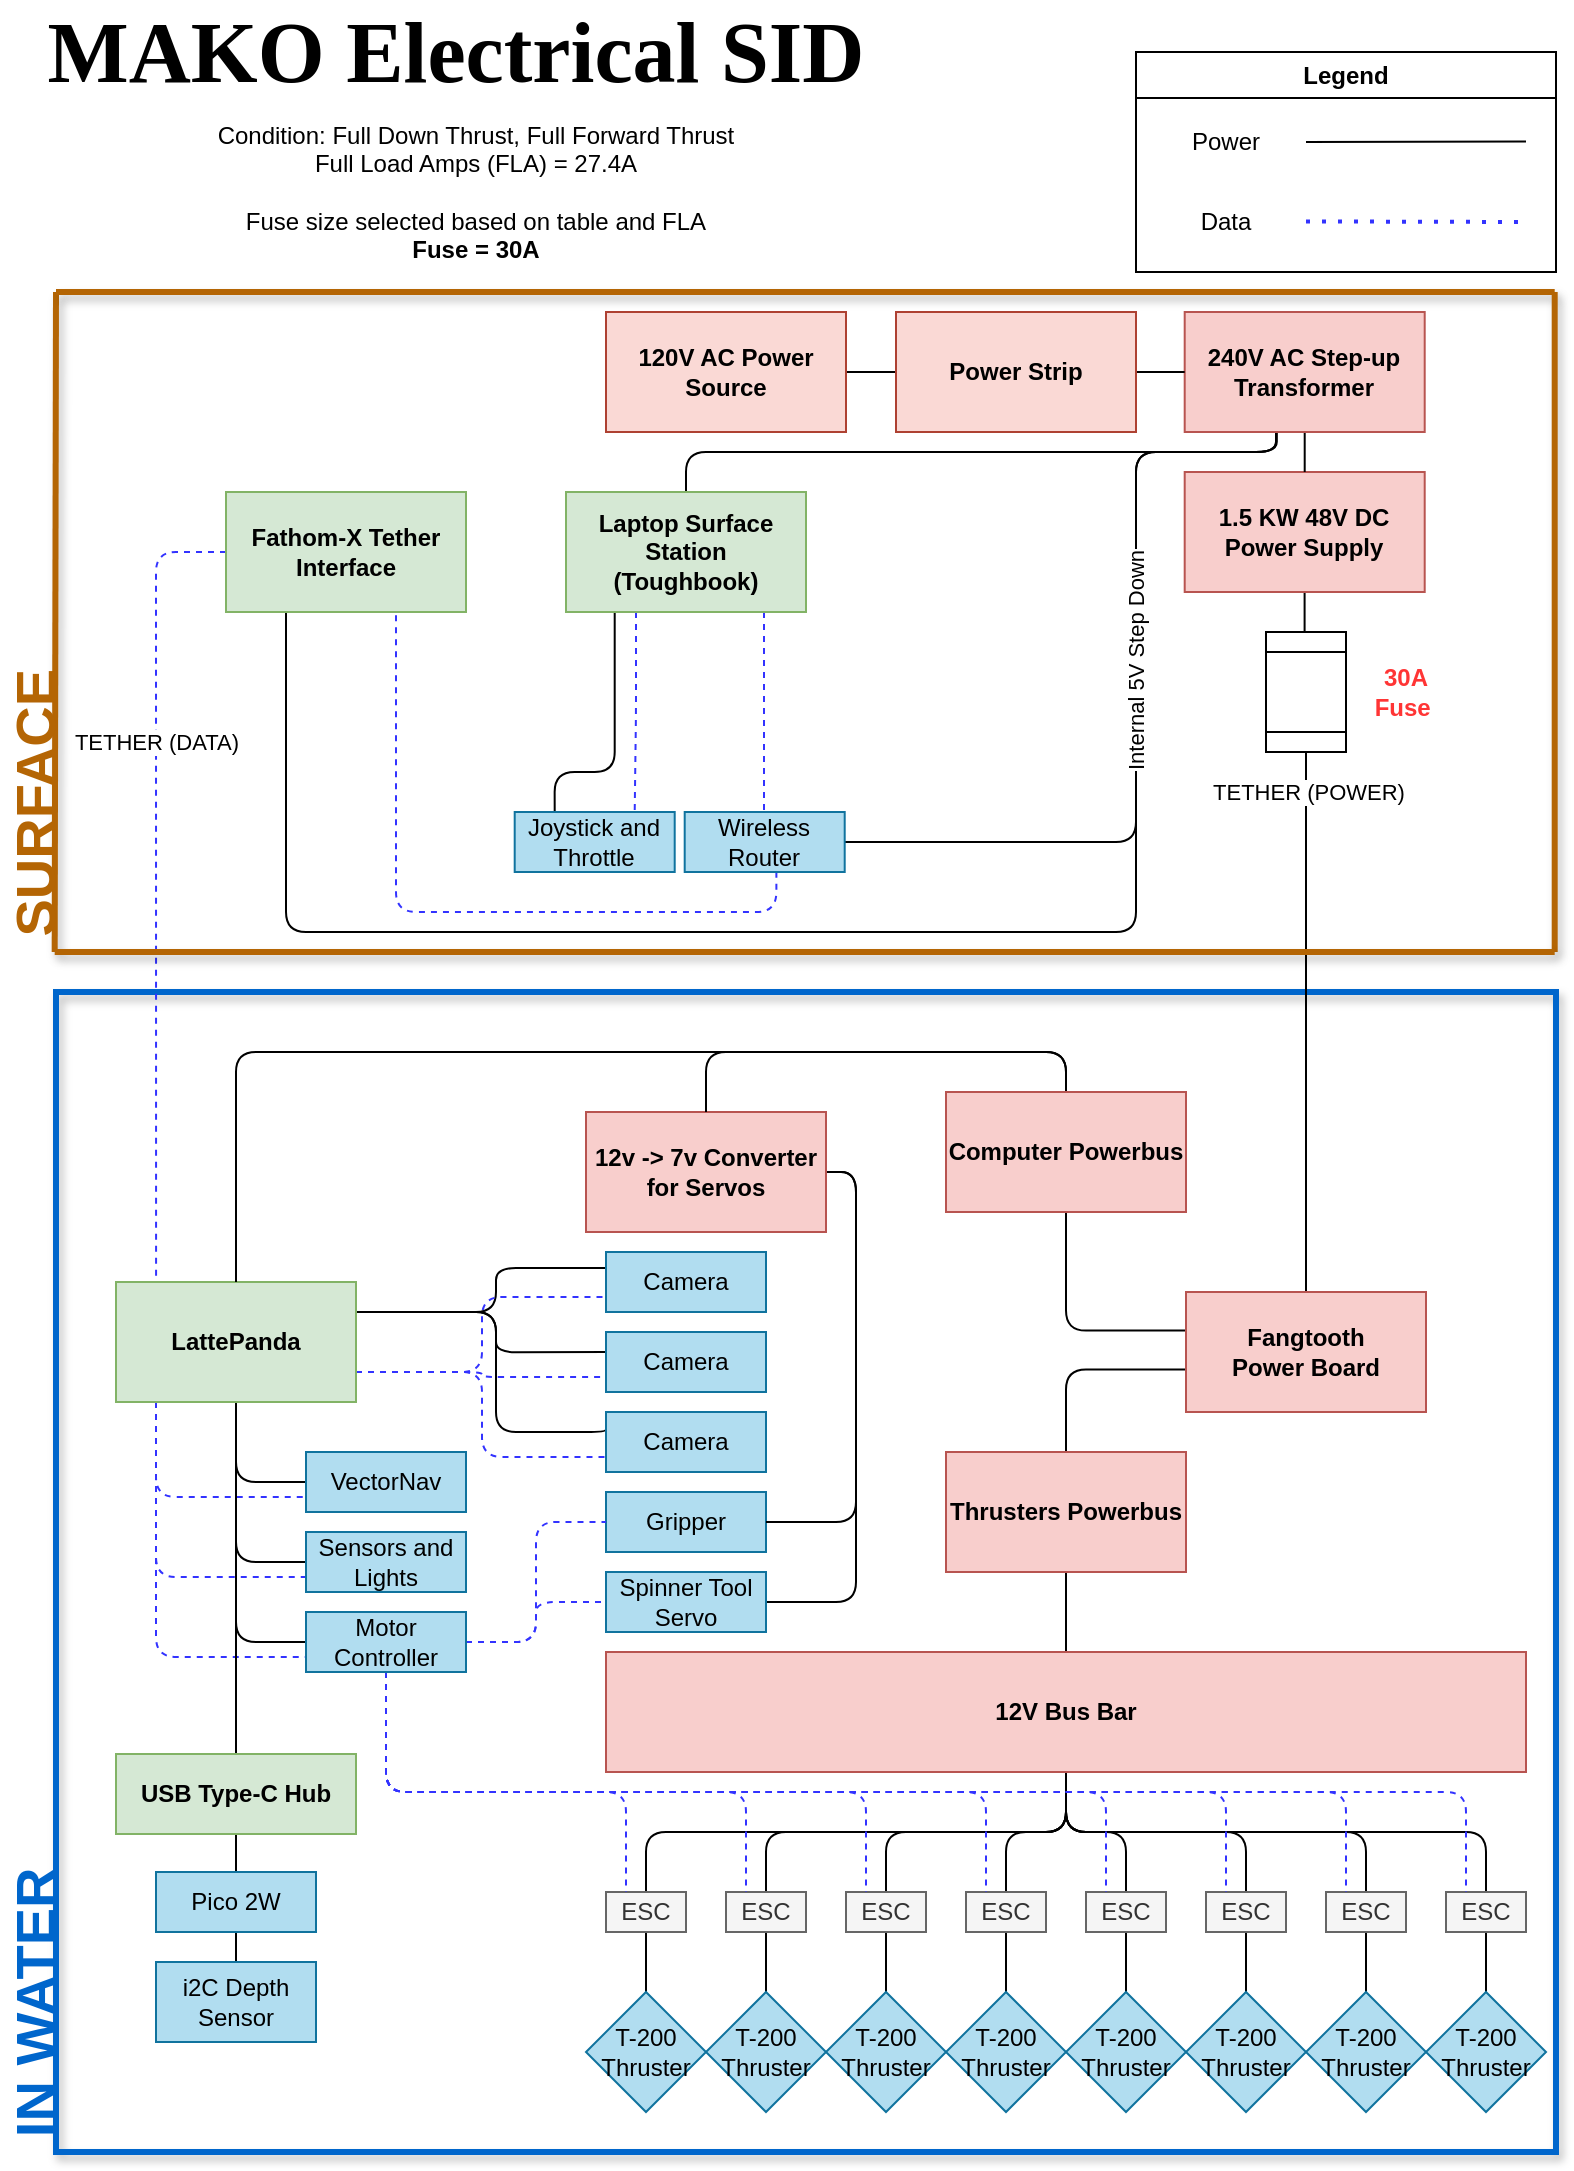
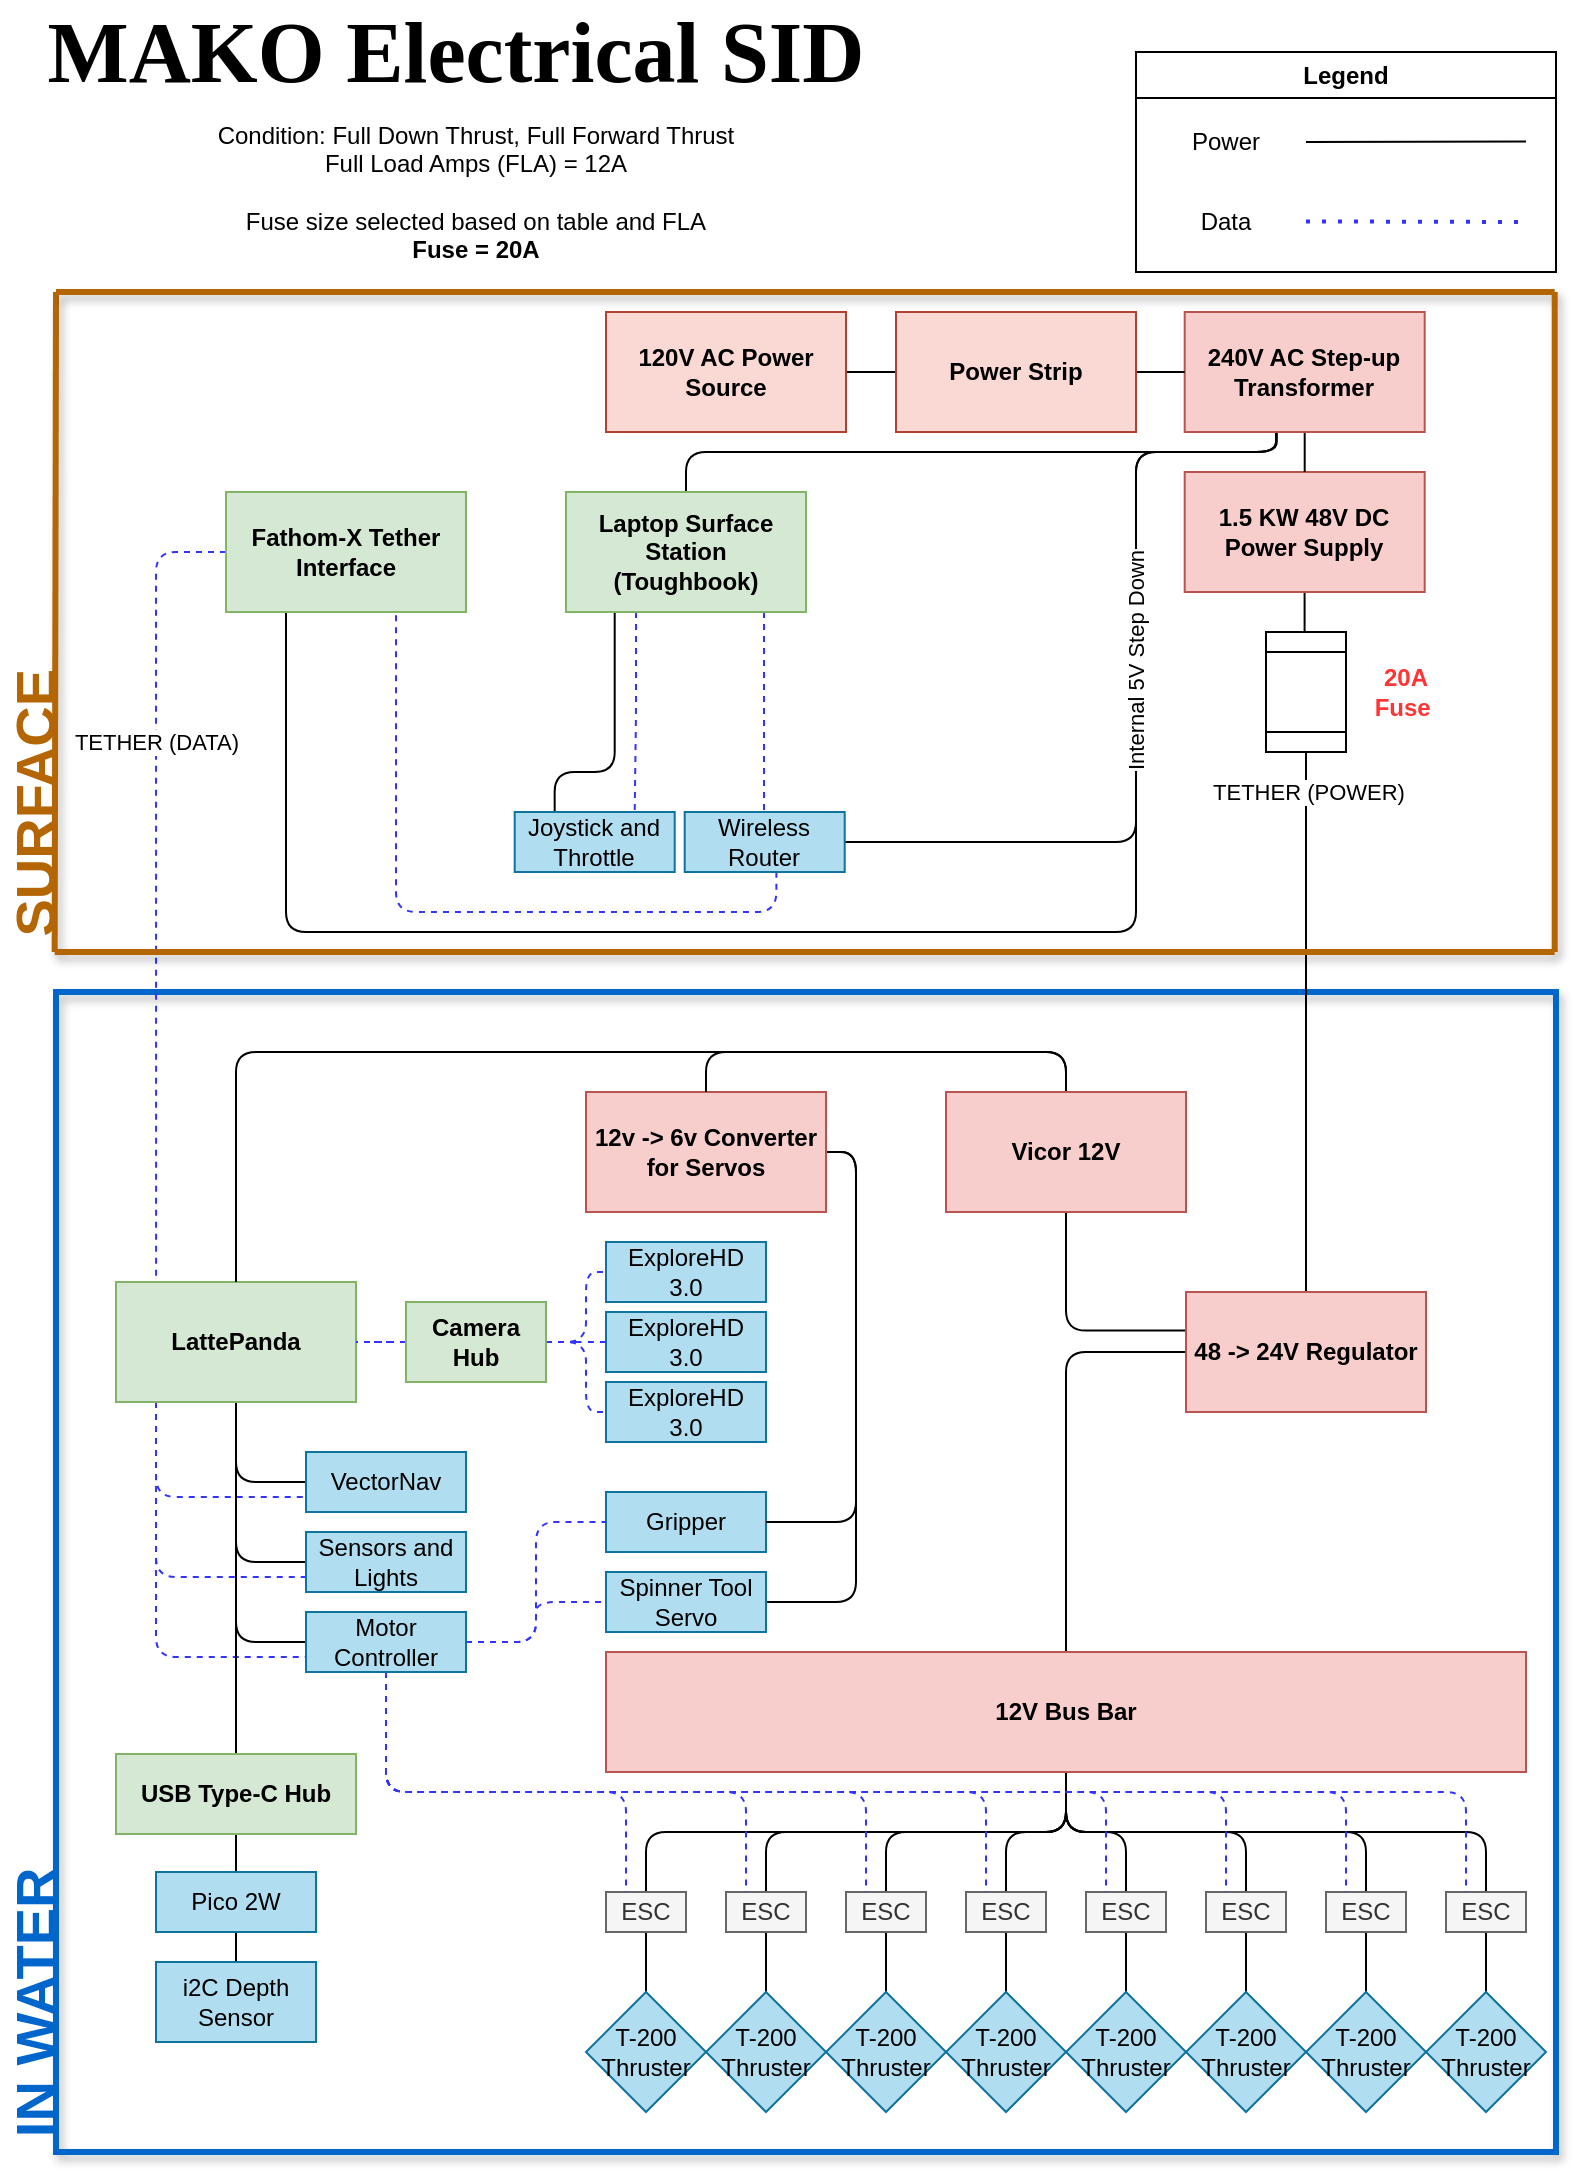
<mxfile host="app.diagrams.net" agent="Mozilla/5.0 (Windows NT 10.0; Win64; x64; rv:139.0) Gecko/20100101 Firefox/139.0">
  <diagram name="Page-1" id="doaNbLGYiiKzRFzNWdXi">
-     <mxGraphModel dx="39" dy="461" grid="1" gridSize="10" guides="1" tooltips="1" connect="1" arrows="1" fold="1" page="1" pageScale="1" pageWidth="850" pageHeight="1100" math="0" shadow="0">
+     <mxGraphModel dx="372" dy="727" grid="1" gridSize="10" guides="1" tooltips="1" connect="1" arrows="1" fold="1" page="1" pageScale="1" pageWidth="850" pageHeight="1100" math="0" shadow="0">
      <root>
        <mxCell id="0" />
        <mxCell id="1" parent="0" />
        <mxCell id="0vSBfI8_46AL9H7hPHAw-18" parent="1" style="rounded=0;whiteSpace=wrap;html=1;fillColor=none;strokeWidth=3;strokeColor=#0066CC;glass=0;shadow=1;" value="" vertex="1">
          <mxGeometry height="580" width="750" x="890" y="500" as="geometry" />
        </mxCell>
        <mxCell id="59XTsty1G1Yx93DkZX_j-1" parent="1" style="text;html=1;whiteSpace=wrap;strokeColor=none;fillColor=none;align=center;verticalAlign=middle;rounded=0;fontFamily=Times New Roman;fontStyle=1" value="&lt;font style=&quot;font-size: 43px;&quot;&gt;&lt;span&gt;MAKO Electrical SID&lt;/span&gt;&lt;/font&gt;" vertex="1">
          <mxGeometry height="40" width="420" x="880" y="10" as="geometry" />
        </mxCell>
        <mxCell id="59XTsty1G1Yx93DkZX_j-24" edge="1" parent="1" style="edgeStyle=orthogonalEdgeStyle;rounded=0;orthogonalLoop=1;jettySize=auto;html=1;exitX=0.5;exitY=1;exitDx=0;exitDy=0;">
          <mxGeometry relative="1" as="geometry">
            <mxPoint x="1435" y="910" as="sourcePoint" />
            <mxPoint x="1435" y="910" as="targetPoint" />
          </mxGeometry>
        </mxCell>
        <mxCell id="59XTsty1G1Yx93DkZX_j-45" parent="1" style="swimlane;whiteSpace=wrap;html=1;" value="Legend" vertex="1">
          <mxGeometry height="110" width="210" x="1430" y="30" as="geometry" />
        </mxCell>
        <mxCell id="59XTsty1G1Yx93DkZX_j-46" parent="59XTsty1G1Yx93DkZX_j-45" style="text;html=1;whiteSpace=wrap;strokeColor=none;fillColor=none;align=center;verticalAlign=middle;rounded=0;" value="Power" vertex="1">
          <mxGeometry height="30" width="60" x="15" y="30" as="geometry" />
        </mxCell>
        <mxCell id="59XTsty1G1Yx93DkZX_j-47" parent="59XTsty1G1Yx93DkZX_j-45" style="text;html=1;whiteSpace=wrap;strokeColor=none;fillColor=none;align=center;verticalAlign=middle;rounded=0;" value="Data" vertex="1">
          <mxGeometry height="30" width="60" x="15" y="70" as="geometry" />
        </mxCell>
        <mxCell id="59XTsty1G1Yx93DkZX_j-53" edge="1" parent="59XTsty1G1Yx93DkZX_j-45" style="endArrow=none;dashed=1;html=1;dashPattern=1 3;strokeWidth=2;strokeColor=#3333FF;" value="">
          <mxGeometry height="50" relative="1" width="50" as="geometry">
            <mxPoint x="85" y="84.72" as="sourcePoint" />
            <mxPoint x="195" y="85" as="targetPoint" />
          </mxGeometry>
        </mxCell>
        <mxCell id="59XTsty1G1Yx93DkZX_j-54" edge="1" parent="59XTsty1G1Yx93DkZX_j-45" style="endArrow=none;html=1;strokeColor=#000000;" value="">
          <mxGeometry height="50" relative="1" width="50" as="geometry">
            <mxPoint x="85" y="45.06" as="sourcePoint" />
            <mxPoint x="195" y="44.78" as="targetPoint" />
          </mxGeometry>
        </mxCell>
        <mxCell id="37D4bjrBw4_Emu08I7YZ-6" edge="1" parent="1" source="59XTsty1G1Yx93DkZX_j-57" style="edgeStyle=orthogonalEdgeStyle;rounded=0;orthogonalLoop=1;jettySize=auto;html=1;endArrow=none;endFill=0;" target="37D4bjrBw4_Emu08I7YZ-5" value="">
          <mxGeometry relative="1" as="geometry" />
        </mxCell>
        <mxCell id="59XTsty1G1Yx93DkZX_j-57" parent="1" style="rounded=0;whiteSpace=wrap;html=1;fillColor=#fad9d5;strokeColor=#ae4132;fontStyle=1" value="120V AC Power Source" vertex="1">
          <mxGeometry height="60" width="120" x="1165" y="160" as="geometry" />
        </mxCell>
        <mxCell id="59XTsty1G1Yx93DkZX_j-71" edge="1" parent="1" source="59XTsty1G1Yx93DkZX_j-66" style="edgeStyle=orthogonalEdgeStyle;orthogonalLoop=1;jettySize=auto;html=1;endArrow=none;endFill=0;" target="59XTsty1G1Yx93DkZX_j-70" value="">
          <mxGeometry relative="1" as="geometry" />
        </mxCell>
        <mxCell id="59XTsty1G1Yx93DkZX_j-66" parent="1" style="rounded=0;whiteSpace=wrap;html=1;fillColor=#f8cecc;strokeColor=#b85450;fontStyle=1" value="&lt;div&gt;1.5 KW 48V DC Power Supply&lt;/div&gt;" vertex="1">
          <mxGeometry height="60" width="120" x="1454.35" y="240" as="geometry" />
        </mxCell>
        <mxCell id="59XTsty1G1Yx93DkZX_j-81" edge="1" parent="1" source="59XTsty1G1Yx93DkZX_j-70" style="edgeStyle=orthogonalEdgeStyle;orthogonalLoop=1;jettySize=auto;html=1;entryX=0.5;entryY=0;entryDx=0;entryDy=0;endArrow=none;endFill=0;" target="59XTsty1G1Yx93DkZX_j-101" value="">
          <mxGeometry relative="1" as="geometry">
            <mxPoint x="1515" y="470" as="targetPoint" />
          </mxGeometry>
        </mxCell>
        <mxCell id="59XTsty1G1Yx93DkZX_j-99" connectable="0" parent="59XTsty1G1Yx93DkZX_j-81" style="edgeLabel;html=1;align=center;verticalAlign=middle;resizable=0;points=[];" value="TETHER (POWER)" vertex="1">
          <mxGeometry relative="1" x="-0.062" y="-1" as="geometry">
            <mxPoint x="2" y="-107" as="offset" />
          </mxGeometry>
        </mxCell>
        <mxCell id="59XTsty1G1Yx93DkZX_j-70" parent="1" style="shape=process;whiteSpace=wrap;html=1;backgroundOutline=1;rounded=0;direction=south;size=0.16666666666666666;" value="" vertex="1">
          <mxGeometry height="60" width="40" x="1495" y="320" as="geometry" />
        </mxCell>
-         <mxCell id="59XTsty1G1Yx93DkZX_j-83" parent="1" style="text;html=1;whiteSpace=wrap;strokeColor=none;fillColor=none;align=center;verticalAlign=middle;rounded=0;" value="&lt;div&gt;Condition: Full Down Thrust, Full Forward Thrust&lt;/div&gt;&lt;div&gt;Full Load Amps (FLA) = 27.4A&lt;/div&gt;&lt;div&gt;&lt;br&gt;&lt;/div&gt;&lt;div&gt;Fuse size selected based on table and FLA&lt;/div&gt;&lt;div&gt;&lt;b&gt;Fuse = 30A&lt;/b&gt;&lt;/div&gt;" vertex="1">
+         <mxCell id="59XTsty1G1Yx93DkZX_j-83" parent="1" style="text;html=1;whiteSpace=wrap;strokeColor=none;fillColor=none;align=center;verticalAlign=middle;rounded=0;" value="&lt;div&gt;Condition: Full Down Thrust, Full Forward Thrust&lt;/div&gt;&lt;div&gt;Full Load Amps (FLA) = 12A&lt;/div&gt;&lt;div&gt;&lt;br&gt;&lt;/div&gt;&lt;div&gt;Fuse size selected based on table and FLA&lt;/div&gt;&lt;div&gt;&lt;b&gt;Fuse = 20A&lt;/b&gt;&lt;/div&gt;" vertex="1">
          <mxGeometry height="80" width="410" x="894.9999999999999" y="60" as="geometry" />
        </mxCell>
        <mxCell id="59XTsty1G1Yx93DkZX_j-205" edge="1" parent="1" source="59XTsty1G1Yx93DkZX_j-101" style="edgeStyle=orthogonalEdgeStyle;orthogonalLoop=1;jettySize=auto;html=1;entryX=0.5;entryY=1;entryDx=0;entryDy=0;exitX=-0.004;exitY=0.321;exitDx=0;exitDy=0;exitPerimeter=0;endArrow=none;endFill=0;" target="59XTsty1G1Yx93DkZX_j-180">
          <mxGeometry relative="1" as="geometry" />
        </mxCell>
-         <mxCell id="59XTsty1G1Yx93DkZX_j-206" edge="1" parent="1" source="59XTsty1G1Yx93DkZX_j-101" style="edgeStyle=orthogonalEdgeStyle;orthogonalLoop=1;jettySize=auto;html=1;exitX=0.001;exitY=0.645;exitDx=0;exitDy=0;exitPerimeter=0;endArrow=none;endFill=0;" target="59XTsty1G1Yx93DkZX_j-102">
-           <mxGeometry relative="1" as="geometry" />
-         </mxCell>
-         <mxCell id="59XTsty1G1Yx93DkZX_j-101" parent="1" style="rounded=0;whiteSpace=wrap;html=1;fillColor=#f8cecc;strokeColor=#b85450;fontStyle=1" value="&lt;div&gt;Fangtooth&lt;/div&gt;&lt;div&gt;Power Board&lt;/div&gt;" vertex="1">
+         <mxCell id="_A7pCzdjQUsaNXFOYSQv-8" edge="1" parent="1" source="59XTsty1G1Yx93DkZX_j-101" style="edgeStyle=orthogonalEdgeStyle;rounded=1;orthogonalLoop=1;jettySize=auto;html=1;entryX=0.5;entryY=0;entryDx=0;entryDy=0;strokeColor=default;endArrow=none;endFill=0;curved=0;" target="59XTsty1G1Yx93DkZX_j-108">
+           <mxGeometry relative="1" as="geometry">
+             <Array as="points">
+               <mxPoint x="1395" y="680" />
+             </Array>
+           </mxGeometry>
+         </mxCell>
+         <mxCell id="59XTsty1G1Yx93DkZX_j-101" parent="1" style="rounded=0;whiteSpace=wrap;html=1;fillColor=#f8cecc;strokeColor=#b85450;fontStyle=1" value="48 -&amp;gt; 24V Regulator" vertex="1">
          <mxGeometry height="60" width="120" x="1455" y="650" as="geometry" />
-         </mxCell>
-         <mxCell id="59XTsty1G1Yx93DkZX_j-113" edge="1" parent="1" source="59XTsty1G1Yx93DkZX_j-102" style="edgeStyle=orthogonalEdgeStyle;orthogonalLoop=1;jettySize=auto;html=1;entryX=0.5;entryY=0;entryDx=0;entryDy=0;endArrow=none;endFill=0;" target="59XTsty1G1Yx93DkZX_j-108">
-           <mxGeometry relative="1" as="geometry" />
-         </mxCell>
-         <mxCell id="59XTsty1G1Yx93DkZX_j-102" parent="1" style="rounded=0;whiteSpace=wrap;html=1;fillColor=#f8cecc;strokeColor=#b85450;fontStyle=1" value="Thrusters Powerbus" vertex="1">
-           <mxGeometry height="60" width="120" x="1335" y="730" as="geometry" />
        </mxCell>
        <mxCell id="59XTsty1G1Yx93DkZX_j-135" edge="1" parent="1" source="59XTsty1G1Yx93DkZX_j-108" style="edgeStyle=orthogonalEdgeStyle;orthogonalLoop=1;jettySize=auto;html=1;entryX=0.5;entryY=0;entryDx=0;entryDy=0;endArrow=none;endFill=0;" target="59XTsty1G1Yx93DkZX_j-116">
          <mxGeometry relative="1" as="geometry" />
        </mxCell>
        <mxCell id="59XTsty1G1Yx93DkZX_j-137" edge="1" parent="1" source="59XTsty1G1Yx93DkZX_j-108" style="edgeStyle=orthogonalEdgeStyle;orthogonalLoop=1;jettySize=auto;html=1;entryX=0.5;entryY=0;entryDx=0;entryDy=0;endArrow=none;endFill=0;" target="59XTsty1G1Yx93DkZX_j-120">
          <mxGeometry relative="1" as="geometry" />
        </mxCell>
        <mxCell id="59XTsty1G1Yx93DkZX_j-138" edge="1" parent="1" source="59XTsty1G1Yx93DkZX_j-108" style="edgeStyle=orthogonalEdgeStyle;orthogonalLoop=1;jettySize=auto;html=1;entryX=0.5;entryY=0;entryDx=0;entryDy=0;endArrow=none;endFill=0;" target="59XTsty1G1Yx93DkZX_j-117">
          <mxGeometry relative="1" as="geometry" />
        </mxCell>
        <mxCell id="59XTsty1G1Yx93DkZX_j-139" edge="1" parent="1" source="59XTsty1G1Yx93DkZX_j-108" style="edgeStyle=orthogonalEdgeStyle;orthogonalLoop=1;jettySize=auto;html=1;entryX=0.5;entryY=0;entryDx=0;entryDy=0;endArrow=none;endFill=0;" target="59XTsty1G1Yx93DkZX_j-118">
          <mxGeometry relative="1" as="geometry" />
        </mxCell>
        <mxCell id="59XTsty1G1Yx93DkZX_j-140" edge="1" parent="1" source="59XTsty1G1Yx93DkZX_j-108" style="edgeStyle=orthogonalEdgeStyle;orthogonalLoop=1;jettySize=auto;html=1;entryX=0.5;entryY=0;entryDx=0;entryDy=0;endArrow=none;endFill=0;" target="59XTsty1G1Yx93DkZX_j-121">
          <mxGeometry relative="1" as="geometry" />
        </mxCell>
        <mxCell id="59XTsty1G1Yx93DkZX_j-141" edge="1" parent="1" source="59XTsty1G1Yx93DkZX_j-108" style="edgeStyle=orthogonalEdgeStyle;orthogonalLoop=1;jettySize=auto;html=1;entryX=0.5;entryY=0;entryDx=0;entryDy=0;endArrow=none;endFill=0;" target="59XTsty1G1Yx93DkZX_j-122">
          <mxGeometry relative="1" as="geometry" />
        </mxCell>
        <mxCell id="59XTsty1G1Yx93DkZX_j-142" edge="1" parent="1" source="59XTsty1G1Yx93DkZX_j-108" style="edgeStyle=orthogonalEdgeStyle;orthogonalLoop=1;jettySize=auto;html=1;entryX=0.5;entryY=0;entryDx=0;entryDy=0;endArrow=none;endFill=0;" target="59XTsty1G1Yx93DkZX_j-123">
          <mxGeometry relative="1" as="geometry" />
        </mxCell>
        <mxCell id="59XTsty1G1Yx93DkZX_j-143" edge="1" parent="1" source="59XTsty1G1Yx93DkZX_j-108" style="edgeStyle=orthogonalEdgeStyle;orthogonalLoop=1;jettySize=auto;html=1;endArrow=none;endFill=0;" target="59XTsty1G1Yx93DkZX_j-124">
          <mxGeometry relative="1" as="geometry" />
        </mxCell>
        <mxCell id="59XTsty1G1Yx93DkZX_j-108" parent="1" style="rounded=0;whiteSpace=wrap;html=1;fillColor=#f8cecc;strokeColor=#b85450;fontStyle=0" value="&lt;b&gt;&lt;span&gt;12V Bus Bar&lt;/span&gt;&lt;/b&gt;" vertex="1">
          <mxGeometry height="60" width="460" x="1165" y="830" as="geometry" />
        </mxCell>
        <mxCell id="37D4bjrBw4_Emu08I7YZ-10" edge="1" parent="1" source="59XTsty1G1Yx93DkZX_j-111" style="edgeStyle=orthogonalEdgeStyle;rounded=1;orthogonalLoop=1;jettySize=auto;html=1;entryX=0;entryY=0.75;entryDx=0;entryDy=0;endArrow=none;endFill=0;strokeColor=#3333FF;curved=0;dashed=1;" target="59XTsty1G1Yx93DkZX_j-164">
          <mxGeometry relative="1" as="geometry">
            <Array as="points">
              <mxPoint x="940" y="753" />
            </Array>
          </mxGeometry>
        </mxCell>
        <mxCell id="37D4bjrBw4_Emu08I7YZ-12" edge="1" parent="1" source="59XTsty1G1Yx93DkZX_j-111" style="edgeStyle=orthogonalEdgeStyle;rounded=1;orthogonalLoop=1;jettySize=auto;html=1;entryX=0;entryY=0.5;entryDx=0;entryDy=0;endArrow=none;endFill=0;curved=0;" target="59XTsty1G1Yx93DkZX_j-164">
          <mxGeometry relative="1" as="geometry" />
        </mxCell>
        <mxCell id="37D4bjrBw4_Emu08I7YZ-13" edge="1" parent="1" source="59XTsty1G1Yx93DkZX_j-111" style="edgeStyle=orthogonalEdgeStyle;rounded=1;orthogonalLoop=1;jettySize=auto;html=1;entryX=0;entryY=0.5;entryDx=0;entryDy=0;endArrow=none;endFill=0;curved=0;" target="59XTsty1G1Yx93DkZX_j-165">
          <mxGeometry relative="1" as="geometry" />
        </mxCell>
        <mxCell id="37D4bjrBw4_Emu08I7YZ-14" edge="1" parent="1" source="59XTsty1G1Yx93DkZX_j-111" style="edgeStyle=orthogonalEdgeStyle;rounded=1;orthogonalLoop=1;jettySize=auto;html=1;entryX=0;entryY=0.5;entryDx=0;entryDy=0;endArrow=none;endFill=0;curved=0;" target="59XTsty1G1Yx93DkZX_j-231">
          <mxGeometry relative="1" as="geometry" />
        </mxCell>
        <mxCell id="37D4bjrBw4_Emu08I7YZ-15" edge="1" parent="1" source="59XTsty1G1Yx93DkZX_j-111" style="edgeStyle=orthogonalEdgeStyle;rounded=1;orthogonalLoop=1;jettySize=auto;html=1;entryX=0;entryY=0.75;entryDx=0;entryDy=0;curved=0;endArrow=none;endFill=0;dashed=1;strokeColor=#3333FF;" target="59XTsty1G1Yx93DkZX_j-165">
          <mxGeometry relative="1" as="geometry">
            <Array as="points">
              <mxPoint x="940" y="793" />
            </Array>
          </mxGeometry>
        </mxCell>
        <mxCell id="37D4bjrBw4_Emu08I7YZ-16" edge="1" parent="1" source="59XTsty1G1Yx93DkZX_j-111" style="edgeStyle=orthogonalEdgeStyle;rounded=1;orthogonalLoop=1;jettySize=auto;html=1;entryX=0;entryY=0.75;entryDx=0;entryDy=0;dashed=1;strokeColor=#3333FF;curved=0;endArrow=none;endFill=0;" target="59XTsty1G1Yx93DkZX_j-231">
          <mxGeometry relative="1" as="geometry">
            <Array as="points">
              <mxPoint x="940" y="833" />
            </Array>
          </mxGeometry>
        </mxCell>
-         <mxCell id="37D4bjrBw4_Emu08I7YZ-25" edge="1" parent="1" source="59XTsty1G1Yx93DkZX_j-111" style="edgeStyle=orthogonalEdgeStyle;rounded=1;orthogonalLoop=1;jettySize=auto;html=1;entryX=0;entryY=0.25;entryDx=0;entryDy=0;endArrow=none;endFill=0;curved=0;" target="37D4bjrBw4_Emu08I7YZ-23">
-           <mxGeometry relative="1" as="geometry">
-             <Array as="points">
-               <mxPoint x="1110" y="660" />
-               <mxPoint x="1110" y="638" />
-               <mxPoint x="1165" y="638" />
-             </Array>
-           </mxGeometry>
-         </mxCell>
-         <mxCell id="37D4bjrBw4_Emu08I7YZ-27" edge="1" parent="1" source="59XTsty1G1Yx93DkZX_j-111" style="edgeStyle=orthogonalEdgeStyle;rounded=1;orthogonalLoop=1;jettySize=auto;html=1;entryX=0;entryY=0.25;entryDx=0;entryDy=0;endArrow=none;endFill=0;curved=0;" target="37D4bjrBw4_Emu08I7YZ-24">
-           <mxGeometry relative="1" as="geometry">
-             <Array as="points">
-               <mxPoint x="1110" y="660" />
-               <mxPoint x="1110" y="720" />
-               <mxPoint x="1165" y="720" />
-             </Array>
-           </mxGeometry>
-         </mxCell>
-         <mxCell id="37D4bjrBw4_Emu08I7YZ-28" edge="1" parent="1" source="59XTsty1G1Yx93DkZX_j-111" style="edgeStyle=orthogonalEdgeStyle;rounded=1;orthogonalLoop=1;jettySize=auto;html=1;entryX=0.005;entryY=0.335;entryDx=0;entryDy=0;endArrow=none;endFill=0;curved=0;entryPerimeter=0;" target="37D4bjrBw4_Emu08I7YZ-22">
-           <mxGeometry relative="1" as="geometry">
-             <Array as="points">
-               <mxPoint x="1110" y="660" />
-               <mxPoint x="1110" y="680" />
-             </Array>
-           </mxGeometry>
-         </mxCell>
-         <mxCell id="37D4bjrBw4_Emu08I7YZ-33" edge="1" parent="1" source="59XTsty1G1Yx93DkZX_j-111" style="edgeStyle=orthogonalEdgeStyle;rounded=1;orthogonalLoop=1;jettySize=auto;html=1;entryX=0;entryY=0.75;entryDx=0;entryDy=0;curved=0;dashed=1;strokeColor=#3333FF;endArrow=none;endFill=0;" target="37D4bjrBw4_Emu08I7YZ-24">
-           <mxGeometry relative="1" as="geometry">
-             <Array as="points">
-               <mxPoint x="1103" y="690" />
-               <mxPoint x="1103" y="733" />
-             </Array>
-           </mxGeometry>
-         </mxCell>
-         <mxCell id="37D4bjrBw4_Emu08I7YZ-34" edge="1" parent="1" source="59XTsty1G1Yx93DkZX_j-111" style="edgeStyle=orthogonalEdgeStyle;rounded=1;orthogonalLoop=1;jettySize=auto;html=1;entryX=0;entryY=0.75;entryDx=0;entryDy=0;curved=0;dashed=1;strokeColor=#3333FF;endArrow=none;endFill=0;" target="37D4bjrBw4_Emu08I7YZ-22">
-           <mxGeometry relative="1" as="geometry">
-             <Array as="points">
-               <mxPoint x="1103" y="690" />
-               <mxPoint x="1103" y="693" />
-             </Array>
-           </mxGeometry>
-         </mxCell>
-         <mxCell id="37D4bjrBw4_Emu08I7YZ-35" edge="1" parent="1" source="59XTsty1G1Yx93DkZX_j-111" style="edgeStyle=orthogonalEdgeStyle;rounded=1;orthogonalLoop=1;jettySize=auto;html=1;entryX=0;entryY=0.75;entryDx=0;entryDy=0;curved=0;dashed=1;strokeColor=#3333FF;endArrow=none;endFill=0;" target="37D4bjrBw4_Emu08I7YZ-23">
-           <mxGeometry relative="1" as="geometry">
-             <Array as="points">
-               <mxPoint x="1103" y="690" />
-               <mxPoint x="1103" y="653" />
-             </Array>
-           </mxGeometry>
-         </mxCell>
        <mxCell id="OX7wq4GX1beUy1cfBgnM-2" edge="1" parent="1" source="59XTsty1G1Yx93DkZX_j-111" style="edgeStyle=orthogonalEdgeStyle;rounded=0;orthogonalLoop=1;jettySize=auto;html=1;endArrow=none;endFill=0;" target="OX7wq4GX1beUy1cfBgnM-1">
          <mxGeometry relative="1" as="geometry" />
        </mxCell>
        <mxCell id="59XTsty1G1Yx93DkZX_j-111" parent="1" style="rounded=0;whiteSpace=wrap;html=1;fillColor=#d5e8d4;strokeColor=#82b366;" value="&lt;b&gt;LattePanda&lt;/b&gt;" vertex="1">
          <mxGeometry height="60" width="120" x="920" y="645" as="geometry" />
        </mxCell>
        <mxCell id="59XTsty1G1Yx93DkZX_j-145" edge="1" parent="1" source="59XTsty1G1Yx93DkZX_j-116" style="edgeStyle=orthogonalEdgeStyle;orthogonalLoop=1;jettySize=auto;html=1;entryX=0.5;entryY=0;entryDx=0;entryDy=0;endArrow=none;endFill=0;" target="59XTsty1G1Yx93DkZX_j-126">
          <mxGeometry relative="1" as="geometry" />
        </mxCell>
        <mxCell id="59XTsty1G1Yx93DkZX_j-116" parent="1" style="rounded=0;whiteSpace=wrap;html=1;fillColor=#f5f5f5;fontColor=#333333;strokeColor=#666666;" value="ESC" vertex="1">
          <mxGeometry height="20" width="40" x="1165" y="950" as="geometry" />
        </mxCell>
        <mxCell id="59XTsty1G1Yx93DkZX_j-147" edge="1" parent="1" source="59XTsty1G1Yx93DkZX_j-117" style="edgeStyle=orthogonalEdgeStyle;orthogonalLoop=1;jettySize=auto;html=1;entryX=0.5;entryY=0;entryDx=0;entryDy=0;endArrow=none;endFill=0;" target="59XTsty1G1Yx93DkZX_j-128">
          <mxGeometry relative="1" as="geometry" />
        </mxCell>
        <mxCell id="59XTsty1G1Yx93DkZX_j-117" parent="1" style="rounded=0;whiteSpace=wrap;html=1;fillColor=#f5f5f5;fontColor=#333333;strokeColor=#666666;" value="ESC" vertex="1">
          <mxGeometry height="20" width="40" x="1285" y="950" as="geometry" />
        </mxCell>
        <mxCell id="59XTsty1G1Yx93DkZX_j-148" edge="1" parent="1" source="59XTsty1G1Yx93DkZX_j-118" style="edgeStyle=orthogonalEdgeStyle;orthogonalLoop=1;jettySize=auto;html=1;entryX=0.5;entryY=0;entryDx=0;entryDy=0;endArrow=none;endFill=0;" target="59XTsty1G1Yx93DkZX_j-129">
          <mxGeometry relative="1" as="geometry" />
        </mxCell>
        <mxCell id="59XTsty1G1Yx93DkZX_j-118" parent="1" style="rounded=0;whiteSpace=wrap;html=1;fillColor=#f5f5f5;fontColor=#333333;strokeColor=#666666;" value="ESC" vertex="1">
          <mxGeometry height="20" width="40" x="1345" y="950" as="geometry" />
        </mxCell>
        <mxCell id="59XTsty1G1Yx93DkZX_j-146" edge="1" parent="1" source="59XTsty1G1Yx93DkZX_j-120" style="edgeStyle=orthogonalEdgeStyle;orthogonalLoop=1;jettySize=auto;html=1;entryX=0.5;entryY=0;entryDx=0;entryDy=0;endArrow=none;endFill=0;" target="59XTsty1G1Yx93DkZX_j-127">
          <mxGeometry relative="1" as="geometry" />
        </mxCell>
        <mxCell id="59XTsty1G1Yx93DkZX_j-120" parent="1" style="rounded=0;whiteSpace=wrap;html=1;fillColor=#f5f5f5;fontColor=#333333;strokeColor=#666666;" value="ESC" vertex="1">
          <mxGeometry height="20" width="40" x="1225" y="950" as="geometry" />
        </mxCell>
        <mxCell id="59XTsty1G1Yx93DkZX_j-149" edge="1" parent="1" source="59XTsty1G1Yx93DkZX_j-121" style="edgeStyle=orthogonalEdgeStyle;orthogonalLoop=1;jettySize=auto;html=1;entryX=0.5;entryY=0;entryDx=0;entryDy=0;endArrow=none;endFill=0;" target="59XTsty1G1Yx93DkZX_j-130">
          <mxGeometry relative="1" as="geometry" />
        </mxCell>
        <mxCell id="59XTsty1G1Yx93DkZX_j-121" parent="1" style="rounded=0;whiteSpace=wrap;html=1;fillColor=#f5f5f5;fontColor=#333333;strokeColor=#666666;" value="ESC" vertex="1">
          <mxGeometry height="20" width="40" x="1405" y="950" as="geometry" />
        </mxCell>
        <mxCell id="59XTsty1G1Yx93DkZX_j-150" edge="1" parent="1" source="59XTsty1G1Yx93DkZX_j-122" style="edgeStyle=orthogonalEdgeStyle;orthogonalLoop=1;jettySize=auto;html=1;entryX=0.5;entryY=0;entryDx=0;entryDy=0;endArrow=none;endFill=0;" target="59XTsty1G1Yx93DkZX_j-131">
          <mxGeometry relative="1" as="geometry" />
        </mxCell>
        <mxCell id="59XTsty1G1Yx93DkZX_j-122" parent="1" style="rounded=0;whiteSpace=wrap;html=1;fillColor=#f5f5f5;fontColor=#333333;strokeColor=#666666;" value="ESC" vertex="1">
          <mxGeometry height="20" width="40" x="1465" y="950" as="geometry" />
        </mxCell>
        <mxCell id="59XTsty1G1Yx93DkZX_j-151" edge="1" parent="1" source="59XTsty1G1Yx93DkZX_j-123" style="edgeStyle=orthogonalEdgeStyle;orthogonalLoop=1;jettySize=auto;html=1;entryX=0.5;entryY=0;entryDx=0;entryDy=0;endArrow=none;endFill=0;" target="59XTsty1G1Yx93DkZX_j-132">
          <mxGeometry relative="1" as="geometry" />
        </mxCell>
        <mxCell id="59XTsty1G1Yx93DkZX_j-123" parent="1" style="rounded=0;whiteSpace=wrap;html=1;fillColor=#f5f5f5;fontColor=#333333;strokeColor=#666666;" value="ESC" vertex="1">
          <mxGeometry height="20" width="40" x="1525" y="950" as="geometry" />
        </mxCell>
        <mxCell id="59XTsty1G1Yx93DkZX_j-152" edge="1" parent="1" source="59XTsty1G1Yx93DkZX_j-124" style="edgeStyle=orthogonalEdgeStyle;orthogonalLoop=1;jettySize=auto;html=1;entryX=0.5;entryY=0;entryDx=0;entryDy=0;endArrow=none;endFill=0;" target="59XTsty1G1Yx93DkZX_j-133">
          <mxGeometry relative="1" as="geometry" />
        </mxCell>
        <mxCell id="59XTsty1G1Yx93DkZX_j-124" parent="1" style="rounded=0;whiteSpace=wrap;html=1;fillColor=#f5f5f5;fontColor=#333333;strokeColor=#666666;" value="ESC" vertex="1">
          <mxGeometry height="20" width="40" x="1585" y="950" as="geometry" />
        </mxCell>
        <mxCell id="59XTsty1G1Yx93DkZX_j-126" parent="1" style="rhombus;whiteSpace=wrap;html=1;fillColor=#b1ddf0;strokeColor=#10739e;" value="T-200 Thruster" vertex="1">
          <mxGeometry height="60" width="60" x="1155" y="1000" as="geometry" />
        </mxCell>
        <mxCell id="59XTsty1G1Yx93DkZX_j-127" parent="1" style="rhombus;whiteSpace=wrap;html=1;fillColor=#b1ddf0;strokeColor=#10739e;" value="T-200 Thruster" vertex="1">
          <mxGeometry height="60" width="60" x="1215" y="1000" as="geometry" />
        </mxCell>
        <mxCell id="59XTsty1G1Yx93DkZX_j-128" parent="1" style="rhombus;whiteSpace=wrap;html=1;fillColor=#b1ddf0;strokeColor=#10739e;" value="T-200 Thruster" vertex="1">
          <mxGeometry height="60" width="60" x="1275" y="1000" as="geometry" />
        </mxCell>
        <mxCell id="59XTsty1G1Yx93DkZX_j-129" parent="1" style="rhombus;whiteSpace=wrap;html=1;fillColor=#b1ddf0;strokeColor=#10739e;" value="T-200 Thruster" vertex="1">
          <mxGeometry height="60" width="60" x="1335" y="1000" as="geometry" />
        </mxCell>
        <mxCell id="59XTsty1G1Yx93DkZX_j-130" parent="1" style="rhombus;whiteSpace=wrap;html=1;fillColor=#b1ddf0;strokeColor=#10739e;" value="T-200 Thruster" vertex="1">
          <mxGeometry height="60" width="60" x="1395" y="1000" as="geometry" />
        </mxCell>
        <mxCell id="59XTsty1G1Yx93DkZX_j-131" parent="1" style="rhombus;whiteSpace=wrap;html=1;fillColor=#b1ddf0;strokeColor=#10739e;" value="T-200 Thruster" vertex="1">
          <mxGeometry height="60" width="60" x="1455" y="1000" as="geometry" />
        </mxCell>
        <mxCell id="59XTsty1G1Yx93DkZX_j-132" parent="1" style="rhombus;whiteSpace=wrap;html=1;fillColor=#b1ddf0;strokeColor=#10739e;" value="T-200 Thruster" vertex="1">
          <mxGeometry height="60" width="60" x="1515" y="1000" as="geometry" />
        </mxCell>
        <mxCell id="59XTsty1G1Yx93DkZX_j-133" parent="1" style="rhombus;whiteSpace=wrap;html=1;fillColor=#b1ddf0;strokeColor=#10739e;" value="T-200 Thruster" vertex="1">
          <mxGeometry height="60" width="60" x="1575" y="1000" as="geometry" />
        </mxCell>
        <mxCell id="59XTsty1G1Yx93DkZX_j-155" parent="1" style="rounded=0;whiteSpace=wrap;html=1;fillColor=#b1ddf0;strokeColor=#10739e;" value="Gripper" vertex="1">
          <mxGeometry height="30" width="80" x="1165" y="750" as="geometry" />
        </mxCell>
        <mxCell id="59XTsty1G1Yx93DkZX_j-164" parent="1" style="rounded=0;whiteSpace=wrap;html=1;fillColor=#b1ddf0;strokeColor=#10739e;" value="VectorNav" vertex="1">
          <mxGeometry height="30" width="80" x="1015" y="730" as="geometry" />
        </mxCell>
        <mxCell id="59XTsty1G1Yx93DkZX_j-165" parent="1" style="rounded=0;whiteSpace=wrap;html=1;fillColor=#b1ddf0;strokeColor=#10739e;" value="Sensors and Lights" vertex="1">
          <mxGeometry height="30" width="80" x="1015" y="770" as="geometry" />
        </mxCell>
        <mxCell id="59XTsty1G1Yx93DkZX_j-185" edge="1" parent="1" source="59XTsty1G1Yx93DkZX_j-179" style="edgeStyle=orthogonalEdgeStyle;orthogonalLoop=1;jettySize=auto;html=1;entryX=1;entryY=0.5;entryDx=0;entryDy=0;endArrow=none;endFill=0;" target="59XTsty1G1Yx93DkZX_j-155">
          <mxGeometry relative="1" as="geometry">
            <Array as="points">
-               <mxPoint x="1290" y="590" />
+               <mxPoint x="1290" y="580" />
              <mxPoint x="1290" y="765" />
            </Array>
          </mxGeometry>
        </mxCell>
        <mxCell id="0vSBfI8_46AL9H7hPHAw-5" edge="1" parent="1" source="59XTsty1G1Yx93DkZX_j-179" style="edgeStyle=orthogonalEdgeStyle;rounded=1;orthogonalLoop=1;jettySize=auto;html=1;entryX=1;entryY=0.5;entryDx=0;entryDy=0;curved=0;endArrow=none;endFill=0;" target="0vSBfI8_46AL9H7hPHAw-3">
          <mxGeometry relative="1" as="geometry">
            <Array as="points">
-               <mxPoint x="1290" y="590" />
+               <mxPoint x="1290" y="580" />
              <mxPoint x="1290" y="805" />
            </Array>
          </mxGeometry>
        </mxCell>
-         <mxCell id="59XTsty1G1Yx93DkZX_j-179" parent="1" style="rounded=0;whiteSpace=wrap;html=1;fillColor=#f8cecc;strokeColor=#b85450;fontStyle=1" value="12v -&amp;gt; 7v Converter for Servos" vertex="1">
-           <mxGeometry height="60" width="120" x="1155" y="560" as="geometry" />
+         <mxCell id="59XTsty1G1Yx93DkZX_j-179" parent="1" style="rounded=0;whiteSpace=wrap;html=1;fillColor=#f8cecc;strokeColor=#b85450;fontStyle=1" value="12v -&amp;gt; 6v Converter for Servos" vertex="1">
+           <mxGeometry height="60" width="120" x="1155" y="550" as="geometry" />
        </mxCell>
        <mxCell id="59XTsty1G1Yx93DkZX_j-183" edge="1" parent="1" source="59XTsty1G1Yx93DkZX_j-180" style="edgeStyle=orthogonalEdgeStyle;orthogonalLoop=1;jettySize=auto;html=1;endArrow=none;endFill=0;" target="59XTsty1G1Yx93DkZX_j-111">
          <mxGeometry relative="1" as="geometry">
            <Array as="points">
              <mxPoint x="980" y="530" />
            </Array>
          </mxGeometry>
        </mxCell>
        <mxCell id="59XTsty1G1Yx93DkZX_j-184" edge="1" parent="1" source="59XTsty1G1Yx93DkZX_j-180" style="edgeStyle=orthogonalEdgeStyle;orthogonalLoop=1;jettySize=auto;html=1;entryX=0.5;entryY=0;entryDx=0;entryDy=0;endArrow=none;endFill=0;" target="59XTsty1G1Yx93DkZX_j-179">
          <mxGeometry relative="1" as="geometry">
            <Array as="points">
              <mxPoint x="1215" y="530" />
            </Array>
          </mxGeometry>
        </mxCell>
-         <mxCell id="59XTsty1G1Yx93DkZX_j-180" parent="1" style="rounded=0;whiteSpace=wrap;html=1;fillColor=#f8cecc;strokeColor=#b85450;fontStyle=1" value="Computer Powerbus" vertex="1">
+         <mxCell id="59XTsty1G1Yx93DkZX_j-180" parent="1" style="rounded=0;whiteSpace=wrap;html=1;fillColor=#f8cecc;strokeColor=#b85450;fontStyle=1" value="Vicor 12V" vertex="1">
          <mxGeometry height="60" width="120" x="1335" y="550" as="geometry" />
        </mxCell>
        <mxCell id="59XTsty1G1Yx93DkZX_j-218" edge="1" parent="1" source="59XTsty1G1Yx93DkZX_j-208" style="edgeStyle=orthogonalEdgeStyle;orthogonalLoop=1;jettySize=auto;html=1;endArrow=none;endFill=0;" target="59XTsty1G1Yx93DkZX_j-66">
          <mxGeometry relative="1" as="geometry">
            <Array as="points">
              <mxPoint x="1520" y="250" />
              <mxPoint x="1520" y="250" />
            </Array>
          </mxGeometry>
        </mxCell>
        <mxCell id="37D4bjrBw4_Emu08I7YZ-1" edge="1" parent="1" source="59XTsty1G1Yx93DkZX_j-208" style="edgeStyle=orthogonalEdgeStyle;rounded=1;orthogonalLoop=1;jettySize=auto;html=1;endArrow=none;endFill=0;curved=0;exitX=0.384;exitY=0.997;exitDx=0;exitDy=0;exitPerimeter=0;" target="59XTsty1G1Yx93DkZX_j-214">
          <mxGeometry relative="1" as="geometry">
            <Array as="points">
              <mxPoint x="1500" y="230" />
              <mxPoint x="1205" y="230" />
            </Array>
          </mxGeometry>
        </mxCell>
        <mxCell id="37D4bjrBw4_Emu08I7YZ-17" edge="1" parent="1" source="59XTsty1G1Yx93DkZX_j-208" style="edgeStyle=orthogonalEdgeStyle;rounded=1;orthogonalLoop=1;jettySize=auto;html=1;entryX=0.25;entryY=1;entryDx=0;entryDy=0;endArrow=none;endFill=0;curved=0;" target="0vSBfI8_46AL9H7hPHAw-7">
          <mxGeometry relative="1" as="geometry">
            <Array as="points">
              <mxPoint x="1500" y="230" />
              <mxPoint x="1430" y="230" />
              <mxPoint x="1430" y="470" />
              <mxPoint x="1005" y="470" />
            </Array>
          </mxGeometry>
        </mxCell>
        <mxCell id="37D4bjrBw4_Emu08I7YZ-19" edge="1" parent="1" source="59XTsty1G1Yx93DkZX_j-208" style="edgeStyle=orthogonalEdgeStyle;rounded=1;orthogonalLoop=1;jettySize=auto;html=1;entryX=1;entryY=0.5;entryDx=0;entryDy=0;endArrow=none;endFill=0;curved=0;" target="59XTsty1G1Yx93DkZX_j-221">
          <mxGeometry relative="1" as="geometry">
            <Array as="points">
              <mxPoint x="1500" y="230" />
              <mxPoint x="1430" y="230" />
              <mxPoint x="1430" y="425" />
            </Array>
          </mxGeometry>
        </mxCell>
        <mxCell id="37D4bjrBw4_Emu08I7YZ-21" connectable="0" parent="37D4bjrBw4_Emu08I7YZ-19" style="edgeLabel;html=1;align=center;verticalAlign=middle;resizable=0;points=[];rotation=270;" value="Internal 5V Step Down" vertex="1">
          <mxGeometry relative="1" x="-0.3263" y="-1" as="geometry">
            <mxPoint x="1" y="43" as="offset" />
          </mxGeometry>
        </mxCell>
        <mxCell id="59XTsty1G1Yx93DkZX_j-208" parent="1" style="rounded=0;whiteSpace=wrap;html=1;fillColor=#f8cecc;strokeColor=#b85450;fontStyle=1" value="240V AC Step-up Transformer" vertex="1">
          <mxGeometry height="60" width="120" x="1454.35" y="160" as="geometry" />
        </mxCell>
        <mxCell id="59XTsty1G1Yx93DkZX_j-226" edge="1" parent="1" source="59XTsty1G1Yx93DkZX_j-214" style="edgeStyle=orthogonalEdgeStyle;orthogonalLoop=1;jettySize=auto;html=1;dashed=1;strokeColor=#3333FF;entryX=0.75;entryY=0;entryDx=0;entryDy=0;endArrow=none;endFill=0;" target="59XTsty1G1Yx93DkZX_j-222" value="">
          <mxGeometry relative="1" as="geometry">
            <Array as="points">
              <mxPoint x="1180" y="360" />
              <mxPoint x="1179" y="360" />
            </Array>
          </mxGeometry>
        </mxCell>
        <mxCell id="59XTsty1G1Yx93DkZX_j-227" edge="1" parent="1" source="59XTsty1G1Yx93DkZX_j-214" style="edgeStyle=orthogonalEdgeStyle;orthogonalLoop=1;jettySize=auto;html=1;dashed=1;strokeColor=#3333FF;endArrow=none;endFill=0;" target="59XTsty1G1Yx93DkZX_j-221">
          <mxGeometry relative="1" as="geometry">
            <Array as="points">
              <mxPoint x="1244" y="350" />
              <mxPoint x="1244" y="350" />
            </Array>
          </mxGeometry>
        </mxCell>
        <mxCell id="0vSBfI8_46AL9H7hPHAw-13" edge="1" parent="1" source="59XTsty1G1Yx93DkZX_j-214" style="edgeStyle=orthogonalEdgeStyle;rounded=1;orthogonalLoop=1;jettySize=auto;html=1;entryX=0.25;entryY=0;entryDx=0;entryDy=0;curved=0;endArrow=none;endFill=0;" target="59XTsty1G1Yx93DkZX_j-222">
          <mxGeometry relative="1" as="geometry">
            <Array as="points">
              <mxPoint x="1169.35" y="390" />
              <mxPoint x="1139.35" y="390" />
            </Array>
          </mxGeometry>
        </mxCell>
        <mxCell id="59XTsty1G1Yx93DkZX_j-214" parent="1" style="rounded=0;whiteSpace=wrap;html=1;fillColor=#d5e8d4;strokeColor=#82b366;fontStyle=1" value="&lt;div&gt;Laptop Surface Station&lt;/div&gt;&lt;div&gt;(Toughbook)&lt;/div&gt;" vertex="1">
          <mxGeometry height="60" width="120" x="1145" y="250" as="geometry" />
        </mxCell>
        <mxCell id="0vSBfI8_46AL9H7hPHAw-10" edge="1" parent="1" source="59XTsty1G1Yx93DkZX_j-221" style="edgeStyle=orthogonalEdgeStyle;rounded=1;orthogonalLoop=1;jettySize=auto;html=1;strokeColor=#3333FF;curved=0;dashed=1;exitX=0.573;exitY=0.995;exitDx=0;exitDy=0;endArrow=none;endFill=0;exitPerimeter=0;" target="0vSBfI8_46AL9H7hPHAw-7">
          <mxGeometry relative="1" as="geometry">
            <Array as="points">
              <mxPoint x="1250" y="460" />
              <mxPoint x="1060" y="460" />
            </Array>
          </mxGeometry>
        </mxCell>
        <mxCell id="59XTsty1G1Yx93DkZX_j-221" parent="1" style="rounded=0;whiteSpace=wrap;html=1;fillColor=#b1ddf0;strokeColor=#10739e;" value="Wireless Router" vertex="1">
          <mxGeometry height="30" width="80" x="1204.35" y="410" as="geometry" />
        </mxCell>
        <mxCell id="59XTsty1G1Yx93DkZX_j-222" parent="1" style="rounded=0;whiteSpace=wrap;html=1;fillColor=#b1ddf0;strokeColor=#10739e;" value="Joystick and Throttle" vertex="1">
          <mxGeometry height="30" width="80" x="1119.35" y="410" as="geometry" />
        </mxCell>
        <mxCell id="59XTsty1G1Yx93DkZX_j-242" edge="1" parent="1" source="59XTsty1G1Yx93DkZX_j-231" style="edgeStyle=orthogonalEdgeStyle;orthogonalLoop=1;jettySize=auto;html=1;entryX=0.25;entryY=0;entryDx=0;entryDy=0;dashed=1;strokeColor=#3333FF;endArrow=none;endFill=0;" target="59XTsty1G1Yx93DkZX_j-123">
          <mxGeometry relative="1" as="geometry">
            <Array as="points">
              <mxPoint x="1055" y="900" />
              <mxPoint x="1535" y="900" />
            </Array>
          </mxGeometry>
        </mxCell>
        <mxCell id="59XTsty1G1Yx93DkZX_j-243" edge="1" parent="1" source="59XTsty1G1Yx93DkZX_j-231" style="edgeStyle=orthogonalEdgeStyle;orthogonalLoop=1;jettySize=auto;html=1;entryX=0.25;entryY=0;entryDx=0;entryDy=0;dashed=1;strokeColor=#3333FF;endArrow=none;endFill=0;" target="59XTsty1G1Yx93DkZX_j-124">
          <mxGeometry relative="1" as="geometry">
            <Array as="points">
              <mxPoint x="1055" y="900" />
              <mxPoint x="1595" y="900" />
            </Array>
          </mxGeometry>
        </mxCell>
        <mxCell id="59XTsty1G1Yx93DkZX_j-244" edge="1" parent="1" source="59XTsty1G1Yx93DkZX_j-231" style="edgeStyle=orthogonalEdgeStyle;orthogonalLoop=1;jettySize=auto;html=1;entryX=0.25;entryY=0;entryDx=0;entryDy=0;dashed=1;strokeColor=#3333FF;endArrow=none;endFill=0;" target="59XTsty1G1Yx93DkZX_j-122">
          <mxGeometry relative="1" as="geometry">
            <Array as="points">
              <mxPoint x="1055" y="900" />
              <mxPoint x="1475" y="900" />
            </Array>
          </mxGeometry>
        </mxCell>
        <mxCell id="59XTsty1G1Yx93DkZX_j-245" edge="1" parent="1" source="59XTsty1G1Yx93DkZX_j-231" style="edgeStyle=orthogonalEdgeStyle;orthogonalLoop=1;jettySize=auto;html=1;entryX=0.25;entryY=0;entryDx=0;entryDy=0;dashed=1;strokeColor=#3333FF;endArrow=none;endFill=0;" target="59XTsty1G1Yx93DkZX_j-121">
          <mxGeometry relative="1" as="geometry">
            <Array as="points">
              <mxPoint x="1055" y="900" />
              <mxPoint x="1415" y="900" />
            </Array>
          </mxGeometry>
        </mxCell>
        <mxCell id="59XTsty1G1Yx93DkZX_j-246" edge="1" parent="1" source="59XTsty1G1Yx93DkZX_j-231" style="edgeStyle=orthogonalEdgeStyle;orthogonalLoop=1;jettySize=auto;html=1;entryX=0.25;entryY=0;entryDx=0;entryDy=0;dashed=1;strokeColor=#3333FF;endArrow=none;endFill=0;" target="59XTsty1G1Yx93DkZX_j-118">
          <mxGeometry relative="1" as="geometry">
            <Array as="points">
              <mxPoint x="1055" y="900" />
              <mxPoint x="1355" y="900" />
            </Array>
          </mxGeometry>
        </mxCell>
        <mxCell id="59XTsty1G1Yx93DkZX_j-247" edge="1" parent="1" source="59XTsty1G1Yx93DkZX_j-231" style="edgeStyle=orthogonalEdgeStyle;orthogonalLoop=1;jettySize=auto;html=1;entryX=0.25;entryY=0;entryDx=0;entryDy=0;dashed=1;strokeColor=#3333FF;endArrow=none;endFill=0;" target="59XTsty1G1Yx93DkZX_j-117">
          <mxGeometry relative="1" as="geometry">
            <Array as="points">
              <mxPoint x="1055" y="900" />
              <mxPoint x="1295" y="900" />
            </Array>
          </mxGeometry>
        </mxCell>
        <mxCell id="59XTsty1G1Yx93DkZX_j-248" edge="1" parent="1" source="59XTsty1G1Yx93DkZX_j-231" style="edgeStyle=orthogonalEdgeStyle;orthogonalLoop=1;jettySize=auto;html=1;entryX=0.25;entryY=0;entryDx=0;entryDy=0;dashed=1;strokeColor=#3333FF;endArrow=none;endFill=0;" target="59XTsty1G1Yx93DkZX_j-120">
          <mxGeometry relative="1" as="geometry">
            <Array as="points">
              <mxPoint x="1055" y="900" />
              <mxPoint x="1235" y="900" />
            </Array>
          </mxGeometry>
        </mxCell>
        <mxCell id="59XTsty1G1Yx93DkZX_j-249" edge="1" parent="1" source="59XTsty1G1Yx93DkZX_j-231" style="edgeStyle=orthogonalEdgeStyle;orthogonalLoop=1;jettySize=auto;html=1;entryX=0.25;entryY=0;entryDx=0;entryDy=0;dashed=1;strokeColor=#3333FF;endArrow=none;endFill=0;" target="59XTsty1G1Yx93DkZX_j-116">
          <mxGeometry relative="1" as="geometry">
            <Array as="points">
              <mxPoint x="1055" y="900" />
              <mxPoint x="1175" y="900" />
            </Array>
          </mxGeometry>
        </mxCell>
        <mxCell id="0vSBfI8_46AL9H7hPHAw-2" edge="1" parent="1" source="59XTsty1G1Yx93DkZX_j-231" style="edgeStyle=orthogonalEdgeStyle;rounded=1;orthogonalLoop=1;jettySize=auto;html=1;entryX=0;entryY=0.5;entryDx=0;entryDy=0;dashed=1;strokeColor=#3333FF;curved=0;endArrow=none;endFill=0;" target="59XTsty1G1Yx93DkZX_j-155">
          <mxGeometry relative="1" as="geometry" />
        </mxCell>
        <mxCell id="0vSBfI8_46AL9H7hPHAw-6" edge="1" parent="1" source="59XTsty1G1Yx93DkZX_j-231" style="edgeStyle=orthogonalEdgeStyle;rounded=1;orthogonalLoop=1;jettySize=auto;html=1;entryX=0;entryY=0.5;entryDx=0;entryDy=0;curved=0;dashed=1;strokeColor=#3333FF;endArrow=none;endFill=0;" target="0vSBfI8_46AL9H7hPHAw-3">
          <mxGeometry relative="1" as="geometry" />
        </mxCell>
        <mxCell id="59XTsty1G1Yx93DkZX_j-231" parent="1" style="rounded=0;whiteSpace=wrap;html=1;fillColor=#b1ddf0;strokeColor=#10739e;" value="Motor Controller" vertex="1">
          <mxGeometry height="30" width="80" x="1015" y="810" as="geometry" />
        </mxCell>
        <mxCell id="0vSBfI8_46AL9H7hPHAw-3" parent="1" style="rounded=0;whiteSpace=wrap;html=1;fillColor=#b1ddf0;strokeColor=#10739e;" value="Spinner Tool Servo" vertex="1">
          <mxGeometry height="30" width="80" x="1165" y="790" as="geometry" />
        </mxCell>
        <mxCell id="0vSBfI8_46AL9H7hPHAw-30" edge="1" parent="1" source="0vSBfI8_46AL9H7hPHAw-7" style="edgeStyle=orthogonalEdgeStyle;rounded=1;orthogonalLoop=1;jettySize=auto;html=1;entryX=0.167;entryY=-0.009;entryDx=0;entryDy=0;dashed=1;strokeColor=#3333FF;curved=0;entryPerimeter=0;endArrow=none;endFill=0;" target="59XTsty1G1Yx93DkZX_j-111">
          <mxGeometry relative="1" as="geometry">
            <Array as="points">
              <mxPoint x="940" y="280" />
            </Array>
          </mxGeometry>
        </mxCell>
        <mxCell id="0vSBfI8_46AL9H7hPHAw-40" connectable="0" parent="0vSBfI8_46AL9H7hPHAw-30" style="edgeLabel;html=1;align=center;verticalAlign=middle;resizable=0;points=[];" value="TETHER (DATA)" vertex="1">
          <mxGeometry relative="1" x="-0.3495" as="geometry">
            <mxPoint as="offset" />
          </mxGeometry>
        </mxCell>
        <mxCell id="0vSBfI8_46AL9H7hPHAw-7" parent="1" style="rounded=0;whiteSpace=wrap;html=1;fontStyle=1;fillColor=#d5e8d4;strokeColor=#82b366;" value="Fathom-X Tether Interface" vertex="1">
          <mxGeometry height="60" width="120" x="975" y="250" as="geometry" />
        </mxCell>
        <mxCell id="0vSBfI8_46AL9H7hPHAw-19" parent="1" style="text;html=1;whiteSpace=wrap;strokeColor=none;fillColor=none;align=center;verticalAlign=middle;rounded=0;rotation=270;" value="&lt;font face=&quot;Helvetica&quot; style=&quot;font-size: 28px;&quot;&gt;&lt;b&gt;&lt;span style=&quot;color: rgb(0, 102, 204);&quot;&gt;IN WATER&lt;/span&gt;&lt;/b&gt;&lt;/font&gt;" vertex="1">
          <mxGeometry height="30" width="140.65" x="809.35" y="990" as="geometry" />
        </mxCell>
        <mxCell id="0vSBfI8_46AL9H7hPHAw-21" edge="1" parent="1" style="endArrow=none;html=1;rounded=0;strokeWidth=3;fillColor=#fad7ac;strokeColor=#b46504;shadow=1;" value="">
          <mxGeometry height="50" relative="1" width="50" as="geometry">
            <mxPoint x="889.35" y="480" as="sourcePoint" />
            <mxPoint x="890" y="150" as="targetPoint" />
          </mxGeometry>
        </mxCell>
        <mxCell id="0vSBfI8_46AL9H7hPHAw-24" edge="1" parent="1" style="endArrow=none;html=1;rounded=0;strokeWidth=3;fillColor=#fad7ac;strokeColor=#b46504;shadow=1;" value="">
          <mxGeometry height="50" relative="1" width="50" as="geometry">
            <mxPoint x="890" y="150" as="sourcePoint" />
            <mxPoint x="1639.35" y="150" as="targetPoint" />
          </mxGeometry>
        </mxCell>
        <mxCell id="0vSBfI8_46AL9H7hPHAw-25" edge="1" parent="1" style="endArrow=none;html=1;rounded=0;strokeWidth=3;fillColor=#fad7ac;strokeColor=#b46504;shadow=1;" value="">
          <mxGeometry height="50" relative="1" width="50" as="geometry">
            <mxPoint x="1639.35" y="480" as="sourcePoint" />
            <mxPoint x="1639.35" y="150" as="targetPoint" />
          </mxGeometry>
        </mxCell>
        <mxCell id="0vSBfI8_46AL9H7hPHAw-26" edge="1" parent="1" style="endArrow=none;html=1;rounded=0;strokeWidth=3;fillColor=#fad7ac;strokeColor=#b46504;shadow=1;" value="">
          <mxGeometry height="50" relative="1" width="50" as="geometry">
            <mxPoint x="889.35" y="480" as="sourcePoint" />
            <mxPoint x="1639.35" y="480" as="targetPoint" />
          </mxGeometry>
        </mxCell>
        <mxCell id="0vSBfI8_46AL9H7hPHAw-27" parent="1" style="text;html=1;whiteSpace=wrap;strokeColor=none;fillColor=none;align=center;verticalAlign=middle;rounded=0;rotation=270;" value="&lt;font style=&quot;font-size: 28px; color: rgb(180, 101, 4);&quot;&gt;&lt;b&gt;SURFACE&lt;/b&gt;&lt;/font&gt;" vertex="1">
          <mxGeometry height="30" width="140" x="809.35" y="390" as="geometry" />
        </mxCell>
        <mxCell id="37D4bjrBw4_Emu08I7YZ-7" edge="1" parent="1" source="37D4bjrBw4_Emu08I7YZ-5" style="edgeStyle=orthogonalEdgeStyle;rounded=0;orthogonalLoop=1;jettySize=auto;html=1;endArrow=none;endFill=0;" target="59XTsty1G1Yx93DkZX_j-208" value="">
          <mxGeometry relative="1" as="geometry" />
        </mxCell>
        <mxCell id="37D4bjrBw4_Emu08I7YZ-5" parent="1" style="rounded=0;whiteSpace=wrap;html=1;fillColor=#fad9d5;strokeColor=#ae4132;fontStyle=1" value="Power Strip" vertex="1">
          <mxGeometry height="60" width="120" x="1310" y="160" as="geometry" />
        </mxCell>
-         <mxCell id="37D4bjrBw4_Emu08I7YZ-8" parent="1" style="text;html=1;whiteSpace=wrap;strokeColor=none;fillColor=none;align=center;verticalAlign=middle;rounded=0;" value="&lt;div&gt;&lt;b style=&quot;color: rgb(255, 53, 53);&quot;&gt;30A&lt;/b&gt;&lt;/div&gt;&lt;div&gt;&lt;b style=&quot;color: rgb(255, 53, 53);&quot;&gt;Fuse&amp;nbsp;&lt;/b&gt;&lt;/div&gt;" vertex="1">
+         <mxCell id="37D4bjrBw4_Emu08I7YZ-8" parent="1" style="text;html=1;whiteSpace=wrap;strokeColor=none;fillColor=none;align=center;verticalAlign=middle;rounded=0;" value="&lt;div&gt;&lt;b style=&quot;color: rgb(255, 53, 53);&quot;&gt;20A&lt;/b&gt;&lt;/div&gt;&lt;div&gt;&lt;b style=&quot;color: rgb(255, 53, 53);&quot;&gt;Fuse&amp;nbsp;&lt;/b&gt;&lt;/div&gt;" vertex="1">
          <mxGeometry height="30" width="60" x="1535" y="335" as="geometry" />
        </mxCell>
-         <mxCell id="37D4bjrBw4_Emu08I7YZ-22" parent="1" style="rounded=0;whiteSpace=wrap;html=1;fillColor=#b1ddf0;strokeColor=#10739e;" value="Camera" vertex="1">
-           <mxGeometry height="30" width="80" x="1165" y="670" as="geometry" />
-         </mxCell>
-         <mxCell id="37D4bjrBw4_Emu08I7YZ-23" parent="1" style="rounded=0;whiteSpace=wrap;html=1;fillColor=#b1ddf0;strokeColor=#10739e;" value="Camera" vertex="1">
-           <mxGeometry height="30" width="80" x="1165" y="630" as="geometry" />
-         </mxCell>
-         <mxCell id="37D4bjrBw4_Emu08I7YZ-24" parent="1" style="rounded=0;whiteSpace=wrap;html=1;fillColor=#b1ddf0;strokeColor=#10739e;" value="Camera" vertex="1">
-           <mxGeometry height="30" width="80" x="1165" y="710" as="geometry" />
+         <mxCell id="37D4bjrBw4_Emu08I7YZ-22" parent="1" style="rounded=0;whiteSpace=wrap;html=1;fillColor=#b1ddf0;strokeColor=#10739e;" value="ExploreHD 3.0" vertex="1">
+           <mxGeometry height="30" width="80" x="1165" y="660" as="geometry" />
+         </mxCell>
+         <mxCell id="37D4bjrBw4_Emu08I7YZ-23" parent="1" style="rounded=0;whiteSpace=wrap;html=1;fillColor=#b1ddf0;strokeColor=#10739e;" value="ExploreHD 3.0" vertex="1">
+           <mxGeometry height="30" width="80" x="1165" y="625" as="geometry" />
+         </mxCell>
+         <mxCell id="37D4bjrBw4_Emu08I7YZ-24" parent="1" style="rounded=0;whiteSpace=wrap;html=1;fillColor=#b1ddf0;strokeColor=#10739e;" value="ExploreHD 3.0" vertex="1">
+           <mxGeometry height="30" width="80" x="1165" y="695" as="geometry" />
        </mxCell>
        <mxCell id="OX7wq4GX1beUy1cfBgnM-4" edge="1" parent="1" source="OX7wq4GX1beUy1cfBgnM-1" style="edgeStyle=orthogonalEdgeStyle;rounded=0;orthogonalLoop=1;jettySize=auto;html=1;endArrow=none;endFill=0;" target="OX7wq4GX1beUy1cfBgnM-3">
          <mxGeometry relative="1" as="geometry" />
        </mxCell>
        <mxCell id="OX7wq4GX1beUy1cfBgnM-1" parent="1" style="rounded=0;whiteSpace=wrap;html=1;fillColor=#d5e8d4;strokeColor=#82b366;" value="&lt;b&gt;USB Type-C Hub&lt;/b&gt;" vertex="1">
          <mxGeometry height="40" width="120" x="920" y="881" as="geometry" />
        </mxCell>
        <mxCell id="OX7wq4GX1beUy1cfBgnM-6" edge="1" parent="1" source="OX7wq4GX1beUy1cfBgnM-3" style="edgeStyle=orthogonalEdgeStyle;rounded=0;orthogonalLoop=1;jettySize=auto;html=1;endArrow=none;endFill=0;" target="OX7wq4GX1beUy1cfBgnM-5">
          <mxGeometry relative="1" as="geometry" />
        </mxCell>
        <mxCell id="OX7wq4GX1beUy1cfBgnM-3" parent="1" style="rounded=0;whiteSpace=wrap;html=1;fillColor=#b1ddf0;strokeColor=#10739e;" value="Pico 2W" vertex="1">
          <mxGeometry height="30" width="80" x="940" y="940" as="geometry" />
        </mxCell>
        <mxCell id="OX7wq4GX1beUy1cfBgnM-5" parent="1" style="rounded=0;whiteSpace=wrap;html=1;fillColor=#b1ddf0;strokeColor=#10739e;" value="i2C Depth Sensor" vertex="1">
          <mxGeometry height="40" width="80" x="940" y="985" as="geometry" />
+         </mxCell>
+         <mxCell id="_A7pCzdjQUsaNXFOYSQv-3" edge="1" parent="1" source="_A7pCzdjQUsaNXFOYSQv-2" style="edgeStyle=orthogonalEdgeStyle;rounded=0;orthogonalLoop=1;jettySize=auto;html=1;strokeColor=#3333FF;endArrow=none;endFill=0;dashed=1;" target="59XTsty1G1Yx93DkZX_j-111" value="">
+           <mxGeometry relative="1" as="geometry" />
+         </mxCell>
+         <mxCell id="_A7pCzdjQUsaNXFOYSQv-5" edge="1" parent="1" source="_A7pCzdjQUsaNXFOYSQv-2" style="edgeStyle=orthogonalEdgeStyle;rounded=1;orthogonalLoop=1;jettySize=auto;html=1;entryX=0;entryY=0.5;entryDx=0;entryDy=0;endArrow=none;endFill=0;dashed=1;strokeColor=#3333FF;curved=0;" target="37D4bjrBw4_Emu08I7YZ-23">
+           <mxGeometry relative="1" as="geometry" />
+         </mxCell>
+         <mxCell id="_A7pCzdjQUsaNXFOYSQv-6" edge="1" parent="1" source="_A7pCzdjQUsaNXFOYSQv-2" style="edgeStyle=orthogonalEdgeStyle;rounded=1;orthogonalLoop=1;jettySize=auto;html=1;endArrow=none;endFill=0;dashed=1;strokeColor=#3333FF;curved=0;" target="37D4bjrBw4_Emu08I7YZ-22">
+           <mxGeometry relative="1" as="geometry" />
+         </mxCell>
+         <mxCell id="_A7pCzdjQUsaNXFOYSQv-7" edge="1" parent="1" source="_A7pCzdjQUsaNXFOYSQv-2" style="edgeStyle=orthogonalEdgeStyle;rounded=1;orthogonalLoop=1;jettySize=auto;html=1;entryX=0;entryY=0.5;entryDx=0;entryDy=0;endArrow=none;endFill=0;dashed=1;strokeColor=#3333FF;curved=0;" target="37D4bjrBw4_Emu08I7YZ-24">
+           <mxGeometry relative="1" as="geometry" />
+         </mxCell>
+         <mxCell id="_A7pCzdjQUsaNXFOYSQv-2" parent="1" style="rounded=0;whiteSpace=wrap;html=1;fillColor=#d5e8d4;strokeColor=#82b366;" value="&lt;b&gt;Camera Hub&lt;/b&gt;" vertex="1">
+           <mxGeometry height="40" width="70" x="1065" y="655" as="geometry" />
        </mxCell>
      </root>
    </mxGraphModel>
  </diagram>
</mxfile>
